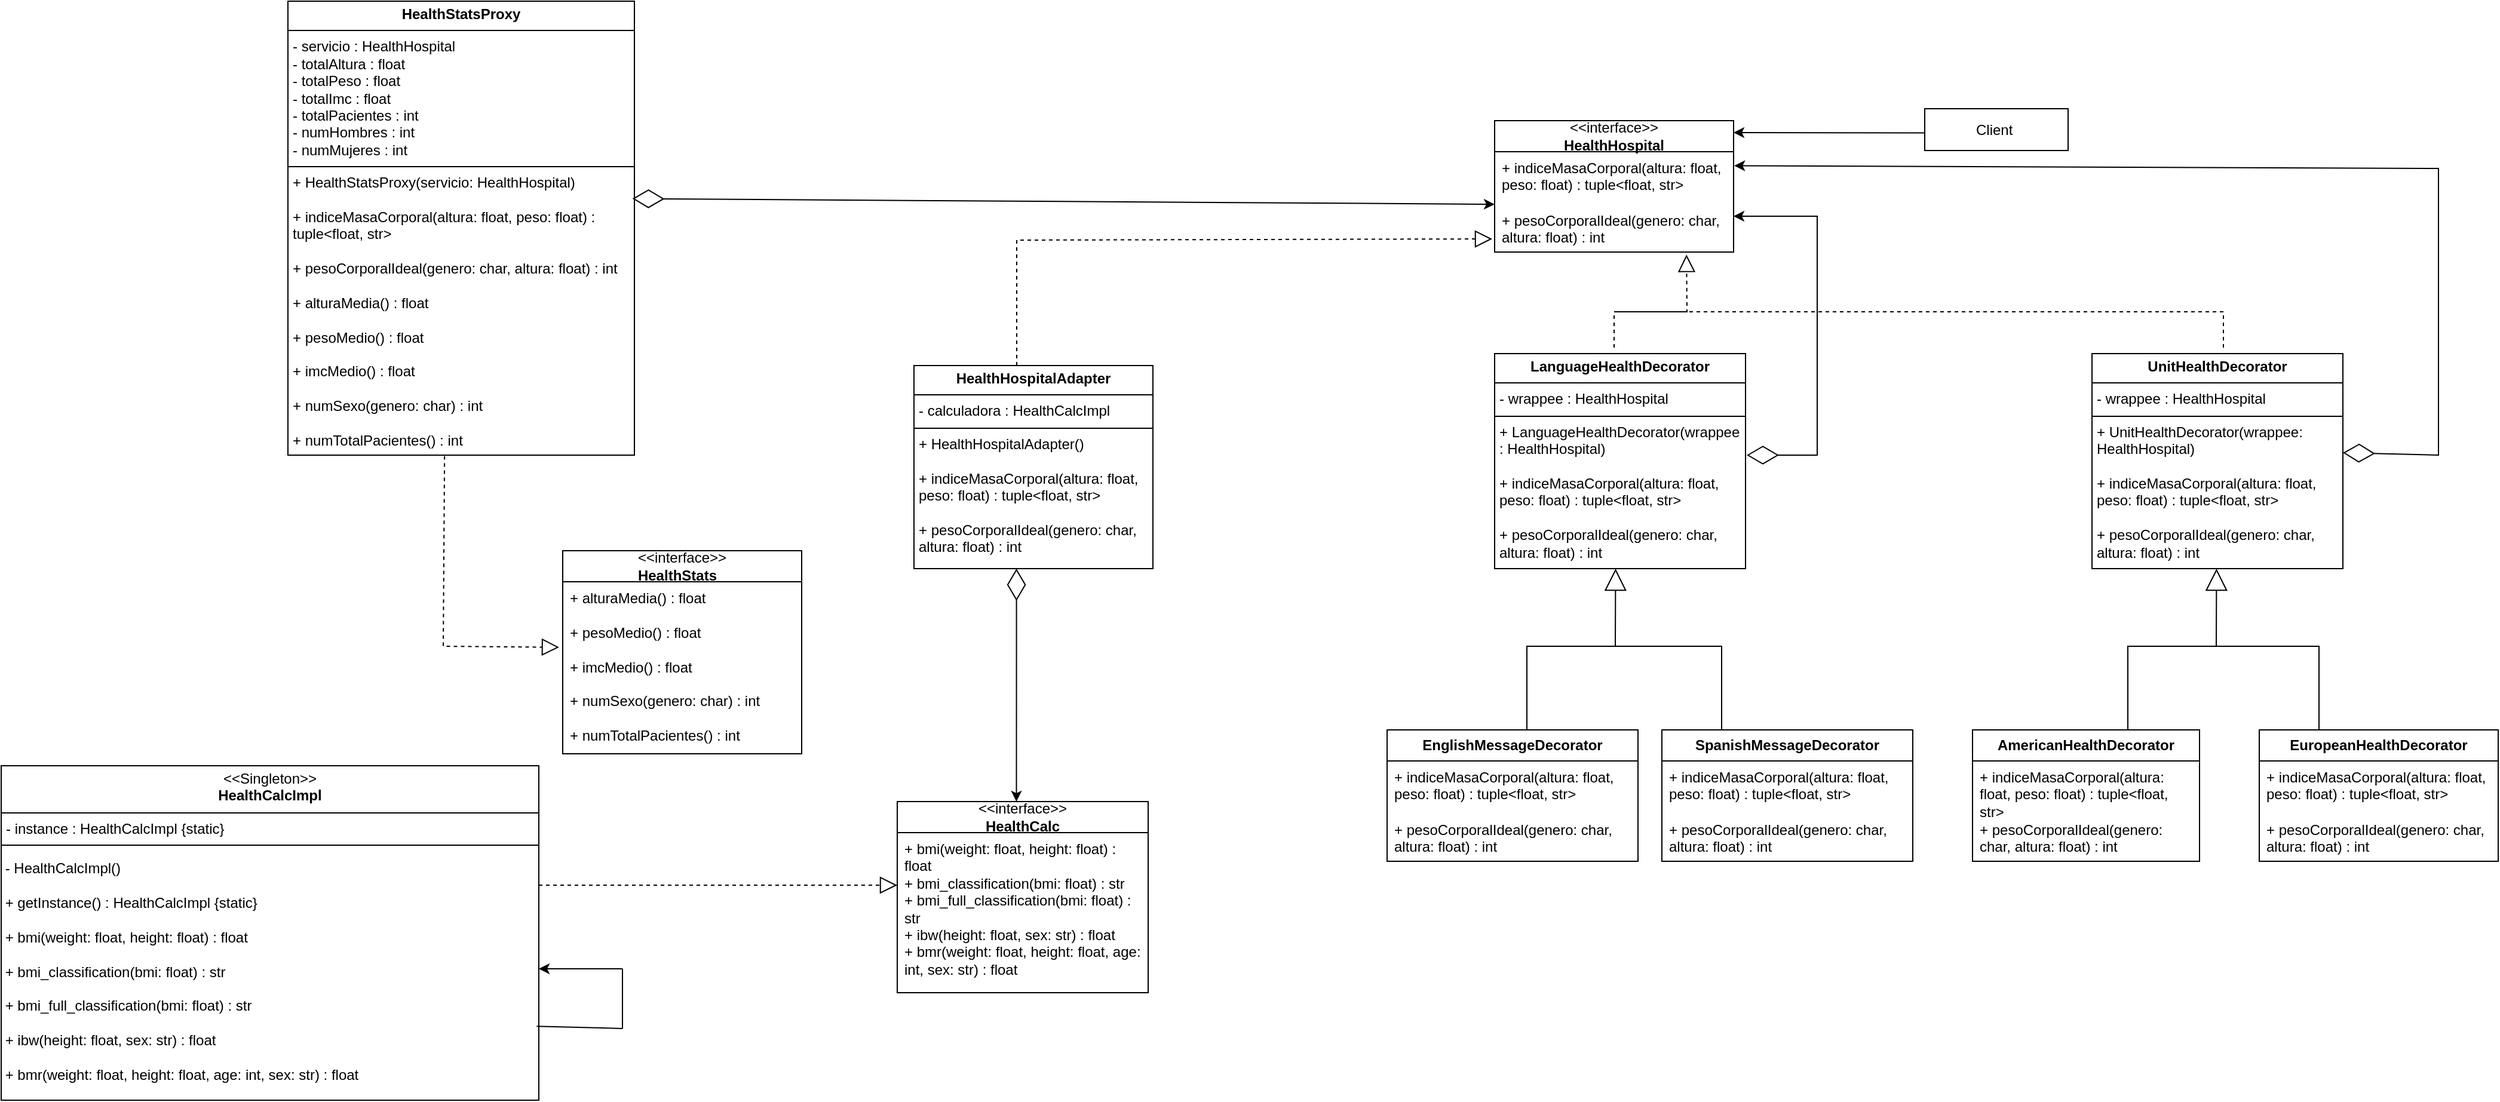
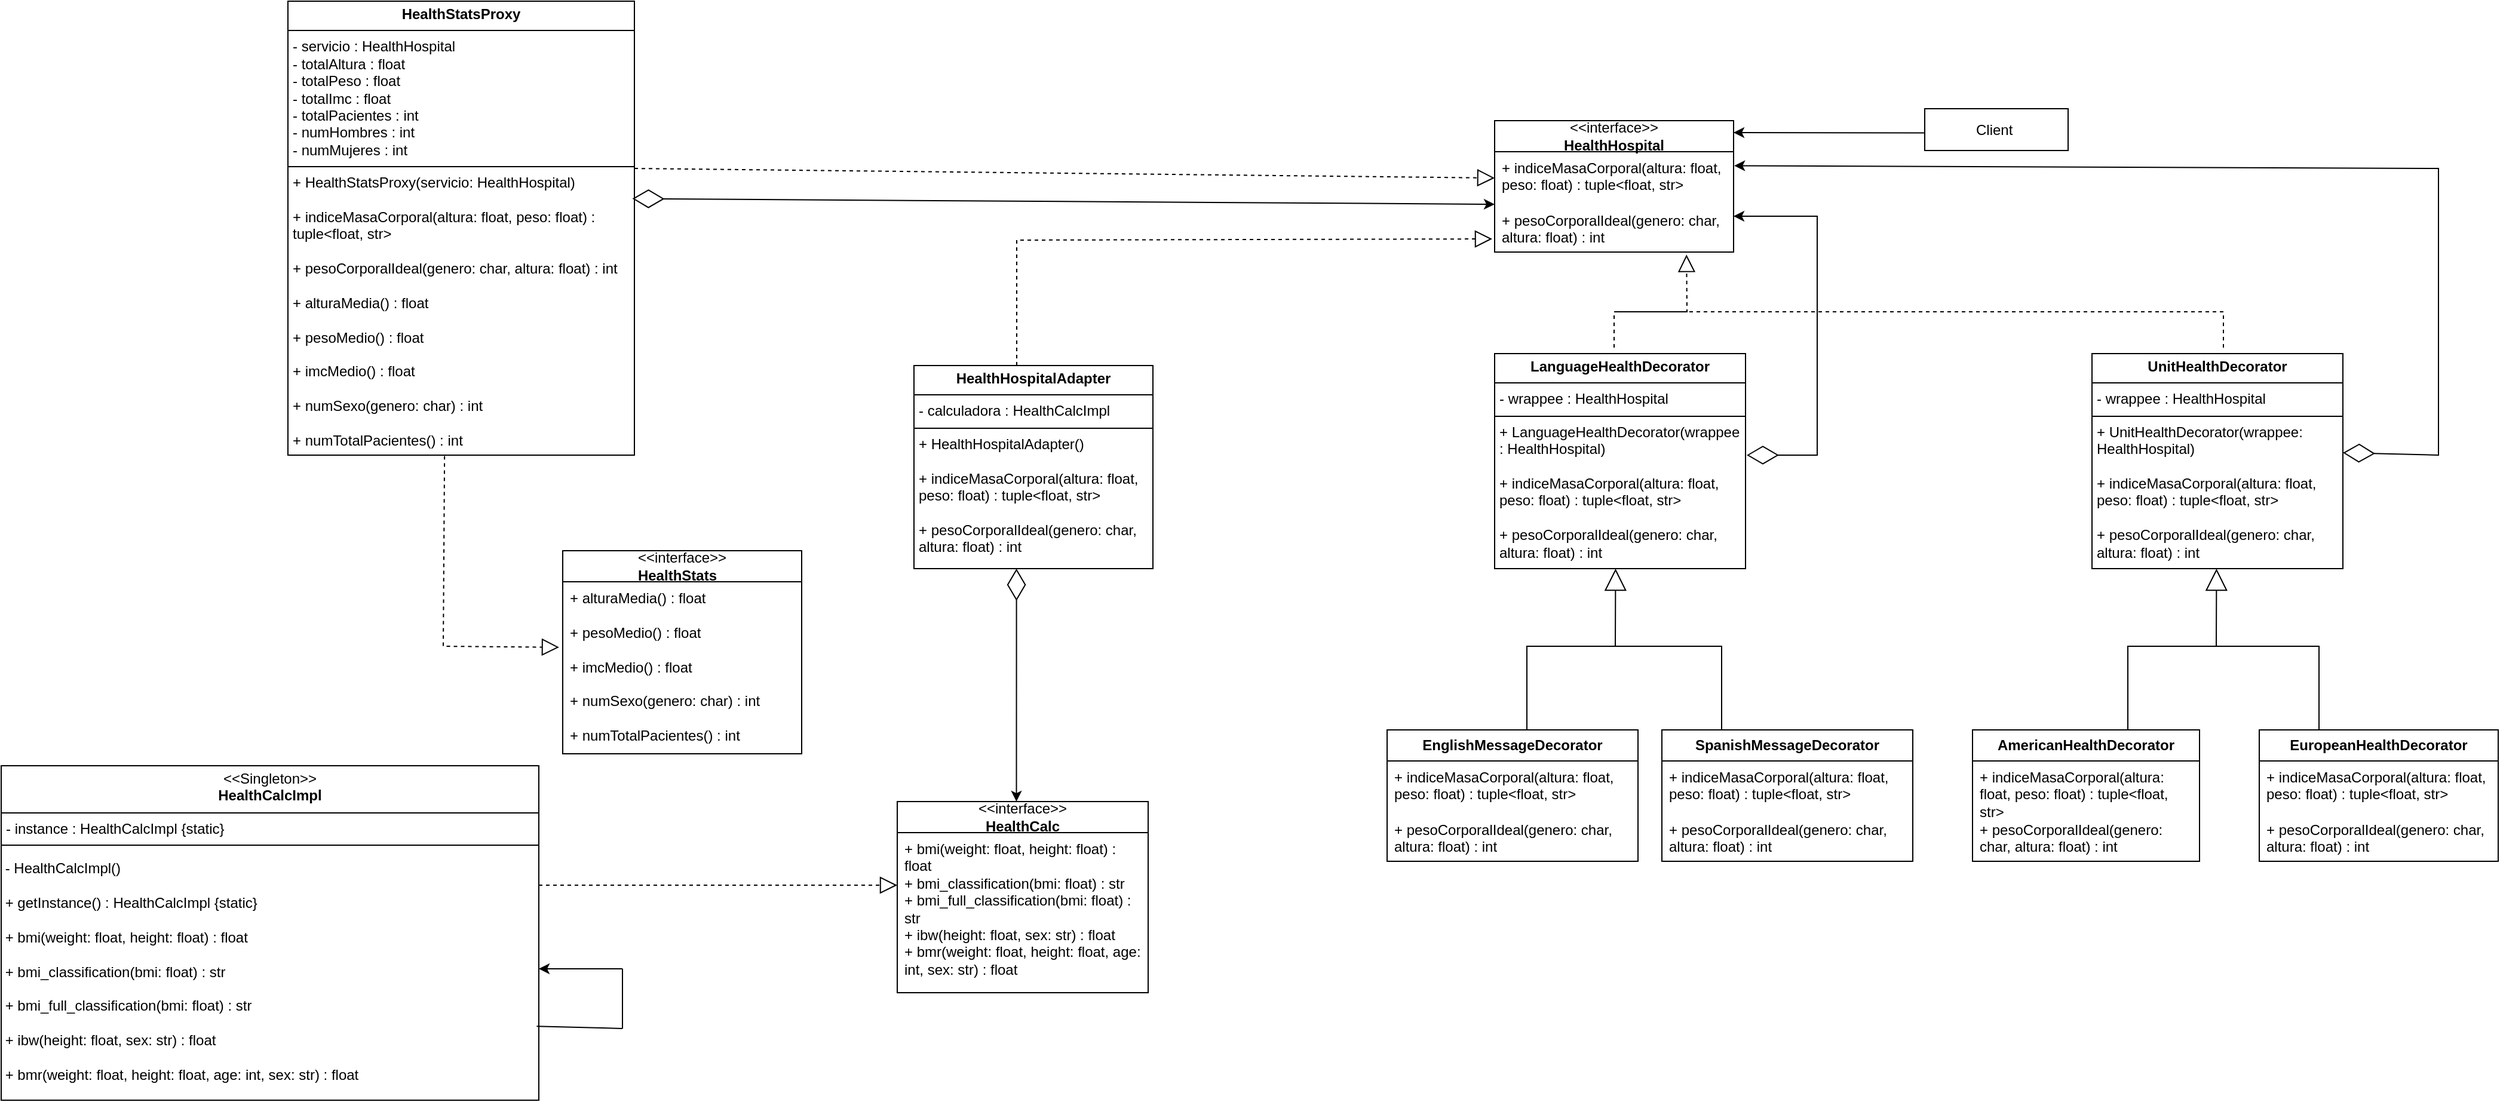
<mxfile host="app.diagrams.net">
  <diagram name="Página-1" id="bMdYPY3LUKhsCFrGHqOR">
    <mxGraphModel grid="1" page="1" gridSize="10" guides="1" tooltips="1" connect="1" arrows="1" fold="1" pageScale="1" pageWidth="827" pageHeight="1169" math="0" shadow="0">
      <root>
        <mxCell id="0" />
        <mxCell id="1" parent="0" />
        <mxCell id="XT7AWHde4lo_yudaHpVB-11" parent="1" style="rounded=0;whiteSpace=wrap;html=1;" value="Client&amp;nbsp;" vertex="1">
          <mxGeometry height="35" width="120" x="1160" y="-90" as="geometry" />
        </mxCell>
        <mxCell id="XT7AWHde4lo_yudaHpVB-12" edge="1" parent="1" style="endArrow=classic;html=1;rounded=0;entryX=0.998;entryY=0.179;entryDx=0;entryDy=0;entryPerimeter=0;" value="">
          <mxGeometry height="50" relative="1" width="50" as="geometry">
            <Array as="points" />
            <mxPoint x="1160.4" y="-69.69" as="sourcePoint" />
            <mxPoint x="999.9999999999999" y="-69.99999999999994" as="targetPoint" />
          </mxGeometry>
        </mxCell>
        <mxCell id="XT7AWHde4lo_yudaHpVB-13" parent="1" style="swimlane;fontStyle=0;childLayout=stackLayout;horizontal=1;startSize=26;fillColor=none;horizontalStack=0;resizeParent=1;resizeParentMax=0;resizeLast=0;collapsible=1;marginBottom=0;whiteSpace=wrap;html=1;" value="&lt;div style=&quot;text-align: left;&quot;&gt;&amp;lt;&amp;lt;interface&amp;gt;&amp;gt;&lt;/div&gt;&lt;div style=&quot;text-align: left;&quot;&gt;&lt;b&gt;HealthStats&lt;/b&gt;&lt;/div&gt;" vertex="1">
          <mxGeometry height="170" width="200" x="20" y="280" as="geometry" />
        </mxCell>
        <mxCell id="XT7AWHde4lo_yudaHpVB-14" parent="XT7AWHde4lo_yudaHpVB-13" style="text;strokeColor=none;fillColor=none;align=left;verticalAlign=top;spacingLeft=4;spacingRight=4;overflow=hidden;rotatable=0;points=[[0,0.5],[1,0.5]];portConstraint=eastwest;whiteSpace=wrap;html=1;" value="&lt;div&gt;&lt;span style=&quot;background-color: transparent; color: light-dark(rgb(0, 0, 0), rgb(255, 255, 255));&quot;&gt;+ alturaMedia() : float&lt;/span&gt;&lt;/div&gt;&lt;div&gt;&lt;span style=&quot;background-color: transparent; color: light-dark(rgb(0, 0, 0), rgb(255, 255, 255));&quot;&gt;&lt;br&gt;&lt;/span&gt;&lt;/div&gt;&lt;div&gt;&lt;span style=&quot;background-color: transparent; color: light-dark(rgb(0, 0, 0), rgb(255, 255, 255));&quot;&gt;+ pesoMedio() : float&lt;/span&gt;&lt;/div&gt;&lt;div&gt;&lt;br&gt;&lt;/div&gt;&lt;div&gt;+ imcMedio() : float&lt;/div&gt;&lt;div&gt;&lt;br&gt;&lt;/div&gt;&lt;div&gt;+ numSexo(genero: char) : int&lt;/div&gt;&lt;div&gt;&lt;br&gt;&lt;/div&gt;&lt;div&gt;+ numTotalPacientes() : int&lt;/div&gt;" vertex="1">
          <mxGeometry height="144" width="200" y="26" as="geometry" />
        </mxCell>
        <mxCell id="XT7AWHde4lo_yudaHpVB-15" parent="1" style="verticalAlign=top;align=left;overflow=fill;html=1;whiteSpace=wrap;" value="&lt;p style=&quot;margin:0px;margin-top:4px;text-align:center;&quot;&gt;&lt;b&gt;HealthStatsProxy&lt;/b&gt;&lt;/p&gt;&lt;hr size=&quot;1&quot; style=&quot;border-style:solid;&quot;&gt;&lt;p style=&quot;margin:0px;margin-left:4px;&quot;&gt;- servicio : HealthHospital&lt;br&gt;- totalAltura : float&lt;br&gt;- totalPeso : float&lt;br&gt;- totalImc : float&lt;br&gt;- totalPacientes : int&lt;br&gt;- numHombres : int&lt;br&gt;- numMujeres : int&lt;/p&gt;&lt;hr size=&quot;1&quot; style=&quot;border-style:solid;&quot;&gt;&lt;p style=&quot;margin:0px;margin-left:4px;&quot;&gt;+ HealthStatsProxy(servicio: HealthHospital)&lt;br&gt;&lt;br&gt;+ indiceMasaCorporal(altura: float, peso: float) : tuple&amp;lt;float, str&amp;gt;&lt;/p&gt;&lt;p style=&quot;margin:0px;margin-left:4px;&quot;&gt;&lt;br&gt;+ pesoCorporalIdeal(genero: char, altura: float) : int&lt;br&gt;&lt;br&gt;&lt;span style=&quot;background-color: transparent; color: light-dark(rgb(0, 0, 0), rgb(255, 255, 255));&quot;&gt;+ alturaMedia() : float&lt;/span&gt;&lt;/p&gt;&lt;p style=&quot;margin:0px;margin-left:4px;&quot;&gt;&lt;br&gt;&lt;/p&gt;&lt;p style=&quot;margin:0px;margin-left:4px;&quot;&gt;+ pesoMedio() : float&lt;br&gt;&lt;br&gt;&lt;/p&gt;&lt;p style=&quot;margin:0px;margin-left:4px;&quot;&gt;+ imcMedio() : float&lt;br&gt;&lt;br&gt;&lt;/p&gt;&lt;p style=&quot;margin:0px;margin-left:4px;&quot;&gt;+ numSexo(genero: char) : int&lt;br&gt;&lt;br&gt;&lt;/p&gt;&lt;p style=&quot;margin:0px;margin-left:4px;&quot;&gt;+ numTotalPacientes() : int&lt;/p&gt;" vertex="1">
          <mxGeometry height="380" width="290" x="-210" y="-180" as="geometry" />
        </mxCell>
        <mxCell id="XT7AWHde4lo_yudaHpVB-16" parent="1" style="swimlane;fontStyle=0;childLayout=stackLayout;horizontal=1;startSize=26;fillColor=none;horizontalStack=0;resizeParent=1;resizeParentMax=0;resizeLast=0;collapsible=1;marginBottom=0;whiteSpace=wrap;html=1;" value="&amp;lt;&amp;lt;interface&amp;gt;&amp;gt;&lt;br&gt;&lt;b&gt;HealthHospital&lt;/b&gt;" vertex="1">
          <mxGeometry height="110" width="200" x="800" y="-80" as="geometry" />
        </mxCell>
        <mxCell id="XT7AWHde4lo_yudaHpVB-17" parent="XT7AWHde4lo_yudaHpVB-16" style="text;strokeColor=none;fillColor=none;align=left;verticalAlign=top;spacingLeft=4;spacingRight=4;overflow=hidden;rotatable=0;points=[[0,0.5],[1,0.5]];portConstraint=eastwest;whiteSpace=wrap;html=1;" value="+ indiceMasaCorporal(altura: float,&lt;br&gt;    peso: float) : tuple&amp;lt;float, str&amp;gt;" vertex="1">
          <mxGeometry height="44" width="200" y="26" as="geometry" />
        </mxCell>
        <mxCell id="XT7AWHde4lo_yudaHpVB-18" parent="XT7AWHde4lo_yudaHpVB-16" style="text;strokeColor=none;fillColor=none;align=left;verticalAlign=top;spacingLeft=4;spacingRight=4;overflow=hidden;rotatable=0;points=[[0,0.5],[1,0.5]];portConstraint=eastwest;whiteSpace=wrap;html=1;" value="+ pesoCorporalIdeal(genero: char,&lt;br&gt;    altura: float) : int" vertex="1">
          <mxGeometry height="40" width="200" y="70" as="geometry" />
        </mxCell>
        <mxCell id="XT7AWHde4lo_yudaHpVB-19" parent="1" style="verticalAlign=top;align=left;overflow=fill;html=1;whiteSpace=wrap;" value="&lt;p style=&quot;margin:0px;margin-top:4px;text-align:center;&quot;&gt;&lt;b&gt;HealthHospitalAdapter&lt;/b&gt;&lt;/p&gt;&lt;hr size=&quot;1&quot; style=&quot;border-style:solid;&quot;&gt;&lt;p style=&quot;margin:0px;margin-left:4px;&quot;&gt;- calculadora : HealthCalcImpl&lt;/p&gt;&lt;hr size=&quot;1&quot; style=&quot;border-style:solid;&quot;&gt;&lt;p style=&quot;margin:0px;margin-left:4px;&quot;&gt;+ HealthHospitalAdapter()&lt;/p&gt;&lt;p style=&quot;margin:0px;margin-left:4px;&quot;&gt;&lt;br&gt;&lt;/p&gt;&lt;p style=&quot;margin:0px;margin-left:4px;&quot;&gt;+ indiceMasaCorporal(altura: float,&lt;br&gt;    peso: float) : tuple&amp;lt;float, str&amp;gt;&lt;br&gt;&lt;br&gt;+ pesoCorporalIdeal(genero: char,&lt;br&gt;    altura: float) : int&lt;/p&gt;" vertex="1">
          <mxGeometry height="170" width="200" x="314" y="125" as="geometry" />
        </mxCell>
        <mxCell id="XT7AWHde4lo_yudaHpVB-26" parent="1" style="verticalAlign=top;align=left;overflow=fill;html=1;whiteSpace=wrap;" value="&lt;p style=&quot;margin:0px;margin-top:4px;text-align:center;&quot;&gt;&lt;span style=&quot;background-color: transparent; color: light-dark(rgb(0, 0, 0), rgb(255, 255, 255)); text-align: left;&quot;&gt;&lt;b&gt;UnitHealthDecorator&lt;/b&gt;&lt;/span&gt;&lt;/p&gt;&lt;hr size=&quot;1&quot; style=&quot;border-style:solid;&quot;&gt;&lt;p style=&quot;margin:0px;margin-left:4px;&quot;&gt;- wrappee : HealthHospital&lt;/p&gt;&lt;hr size=&quot;1&quot; style=&quot;border-style:solid;&quot;&gt;&lt;p style=&quot;margin:0px;margin-left:4px;&quot;&gt;+ UnitHealthDecorator(wrappee: HealthHospital)&lt;br&gt;&lt;br&gt;+ indiceMasaCorporal(altura: float, peso: float) : tuple&amp;lt;float, str&amp;gt;&lt;br&gt;&lt;br&gt;+ pesoCorporalIdeal(genero: char,&lt;br&gt;    altura: float) : int&lt;/p&gt;" vertex="1">
          <mxGeometry height="180" width="210" x="1300" y="115" as="geometry" />
        </mxCell>
        <mxCell id="XT7AWHde4lo_yudaHpVB-27" parent="1" style="verticalAlign=top;align=left;overflow=fill;html=1;whiteSpace=wrap;" value="&lt;p style=&quot;margin:0px;margin-top:4px;text-align:center;&quot;&gt;&lt;b&gt;LanguageHealthDecorator&lt;/b&gt;&lt;/p&gt;&lt;hr size=&quot;1&quot; style=&quot;border-style:solid;&quot;&gt;&lt;p style=&quot;margin:0px;margin-left:4px;&quot;&gt;- wrappee : HealthHospital&lt;/p&gt;&lt;hr size=&quot;1&quot; style=&quot;border-style:solid;&quot;&gt;&lt;p style=&quot;margin:0px;margin-left:4px;&quot;&gt;+ LanguageHealthDecorator(wrappee : HealthHospital)&lt;br&gt;&lt;br&gt;+ indiceMasaCorporal(altura: float, peso: float) : tuple&amp;lt;float, str&amp;gt;&lt;br&gt;&lt;br&gt;+ pesoCorporalIdeal(genero: char, altura: float) : int&lt;/p&gt;" vertex="1">
          <mxGeometry height="180" width="210" x="800" y="115" as="geometry" />
        </mxCell>
        <mxCell id="XT7AWHde4lo_yudaHpVB-28" parent="1" style="swimlane;fontStyle=0;childLayout=stackLayout;horizontal=1;startSize=26;fillColor=none;horizontalStack=0;resizeParent=1;resizeParentMax=0;resizeLast=0;collapsible=1;marginBottom=0;whiteSpace=wrap;html=1;" value="&lt;b&gt;EuropeanHealthDecorator&lt;/b&gt;" vertex="1">
          <mxGeometry height="110" width="200" x="1440" y="430" as="geometry" />
        </mxCell>
        <mxCell id="XT7AWHde4lo_yudaHpVB-29" parent="XT7AWHde4lo_yudaHpVB-28" style="text;strokeColor=none;fillColor=none;align=left;verticalAlign=top;spacingLeft=4;spacingRight=4;overflow=hidden;rotatable=0;points=[[0,0.5],[1,0.5]];portConstraint=eastwest;whiteSpace=wrap;html=1;" value="+ indiceMasaCorporal(altura: float, peso: float) : tuple&amp;lt;float, str&amp;gt;" vertex="1">
          <mxGeometry height="44" width="200" y="26" as="geometry" />
        </mxCell>
        <mxCell id="XT7AWHde4lo_yudaHpVB-30" parent="XT7AWHde4lo_yudaHpVB-28" style="text;strokeColor=none;fillColor=none;align=left;verticalAlign=top;spacingLeft=4;spacingRight=4;overflow=hidden;rotatable=0;points=[[0,0.5],[1,0.5]];portConstraint=eastwest;whiteSpace=wrap;html=1;" value="+ pesoCorporalIdeal(genero: char, altura: float) : int" vertex="1">
          <mxGeometry height="40" width="200" y="70" as="geometry" />
        </mxCell>
        <mxCell id="XT7AWHde4lo_yudaHpVB-31" parent="1" style="swimlane;fontStyle=0;childLayout=stackLayout;horizontal=1;startSize=26;fillColor=none;horizontalStack=0;resizeParent=1;resizeParentMax=0;resizeLast=0;collapsible=1;marginBottom=0;whiteSpace=wrap;html=1;" value="&lt;b&gt;AmericanHealthDecorator&lt;/b&gt;" vertex="1">
          <mxGeometry height="110" width="190" x="1200" y="430" as="geometry" />
        </mxCell>
        <mxCell id="XT7AWHde4lo_yudaHpVB-32" parent="XT7AWHde4lo_yudaHpVB-31" style="text;strokeColor=none;fillColor=none;align=left;verticalAlign=top;spacingLeft=4;spacingRight=4;overflow=hidden;rotatable=0;points=[[0,0.5],[1,0.5]];portConstraint=eastwest;whiteSpace=wrap;html=1;" value="+ indiceMasaCorporal(altura: float, peso: float) : tuple&amp;lt;float, str&amp;gt;" vertex="1">
          <mxGeometry height="44" width="190" y="26" as="geometry" />
        </mxCell>
        <mxCell id="XT7AWHde4lo_yudaHpVB-33" parent="XT7AWHde4lo_yudaHpVB-31" style="text;strokeColor=none;fillColor=none;align=left;verticalAlign=top;spacingLeft=4;spacingRight=4;overflow=hidden;rotatable=0;points=[[0,0.5],[1,0.5]];portConstraint=eastwest;whiteSpace=wrap;html=1;" value="+ pesoCorporalIdeal(genero: char, altura: float) : int" vertex="1">
          <mxGeometry height="40" width="190" y="70" as="geometry" />
        </mxCell>
        <mxCell id="XT7AWHde4lo_yudaHpVB-35" parent="1" style="swimlane;fontStyle=0;childLayout=stackLayout;horizontal=1;startSize=26;fillColor=none;horizontalStack=0;resizeParent=1;resizeParentMax=0;resizeLast=0;collapsible=1;marginBottom=0;whiteSpace=wrap;html=1;" value="&lt;b&gt;SpanishMessageDecorator&lt;/b&gt;" vertex="1">
          <mxGeometry height="110" width="210" x="940" y="430" as="geometry" />
        </mxCell>
        <mxCell id="XT7AWHde4lo_yudaHpVB-36" parent="XT7AWHde4lo_yudaHpVB-35" style="text;strokeColor=none;fillColor=none;align=left;verticalAlign=top;spacingLeft=4;spacingRight=4;overflow=hidden;rotatable=0;points=[[0,0.5],[1,0.5]];portConstraint=eastwest;whiteSpace=wrap;html=1;" value="+ indiceMasaCorporal(altura: float, peso: float) : tuple&amp;lt;float, str&amp;gt;" vertex="1">
          <mxGeometry height="44" width="210" y="26" as="geometry" />
        </mxCell>
        <mxCell id="XT7AWHde4lo_yudaHpVB-37" parent="XT7AWHde4lo_yudaHpVB-35" style="text;strokeColor=none;fillColor=none;align=left;verticalAlign=top;spacingLeft=4;spacingRight=4;overflow=hidden;rotatable=0;points=[[0,0.5],[1,0.5]];portConstraint=eastwest;whiteSpace=wrap;html=1;" value="+ pesoCorporalIdeal(genero: char, altura: float) : int" vertex="1">
          <mxGeometry height="40" width="210" y="70" as="geometry" />
        </mxCell>
        <mxCell id="XT7AWHde4lo_yudaHpVB-38" parent="1" style="swimlane;fontStyle=0;childLayout=stackLayout;horizontal=1;startSize=26;fillColor=none;horizontalStack=0;resizeParent=1;resizeParentMax=0;resizeLast=0;collapsible=1;marginBottom=0;whiteSpace=wrap;html=1;" value="&lt;b&gt;EnglishMessageDecorator&lt;/b&gt;" vertex="1">
          <mxGeometry height="110" width="210" x="710" y="430" as="geometry" />
        </mxCell>
        <mxCell id="XT7AWHde4lo_yudaHpVB-39" parent="XT7AWHde4lo_yudaHpVB-38" style="text;strokeColor=none;fillColor=none;align=left;verticalAlign=top;spacingLeft=4;spacingRight=4;overflow=hidden;rotatable=0;points=[[0,0.5],[1,0.5]];portConstraint=eastwest;whiteSpace=wrap;html=1;" value="+ indiceMasaCorporal(altura: float, peso: float) : tuple&amp;lt;float, str&amp;gt;" vertex="1">
          <mxGeometry height="44" width="210" y="26" as="geometry" />
        </mxCell>
        <mxCell id="XT7AWHde4lo_yudaHpVB-40" parent="XT7AWHde4lo_yudaHpVB-38" style="text;strokeColor=none;fillColor=none;align=left;verticalAlign=top;spacingLeft=4;spacingRight=4;overflow=hidden;rotatable=0;points=[[0,0.5],[1,0.5]];portConstraint=eastwest;whiteSpace=wrap;html=1;" value="+ pesoCorporalIdeal(genero: char, altura: float) : int" vertex="1">
          <mxGeometry height="40" width="210" y="70" as="geometry" />
        </mxCell>
        <mxCell id="d5b8sCbd43q_vsjgS2ag-1" edge="1" parent="1" source="XT7AWHde4lo_yudaHpVB-15" style="endArrow=block;dashed=1;endFill=0;endSize=12;html=1;rounded=0;exitX=0.452;exitY=1.002;exitDx=0;exitDy=0;exitPerimeter=0;entryX=-0.015;entryY=0.381;entryDx=0;entryDy=0;entryPerimeter=0;" target="XT7AWHde4lo_yudaHpVB-14" value="">
          <mxGeometry relative="1" width="160" as="geometry">
            <Array as="points">
              <mxPoint x="-80" y="360" />
            </Array>
            <mxPoint x="20" y="360" as="sourcePoint" />
            <mxPoint x="-110" y="410" as="targetPoint" />
          </mxGeometry>
        </mxCell>
        <mxCell id="XT7AWHde4lo_yudaHpVB-42" edge="1" parent="1" style="endArrow=block;dashed=1;endFill=0;endSize=12;html=1;rounded=0;entryX=0.803;entryY=1.054;entryDx=0;entryDy=0;entryPerimeter=0;" target="XT7AWHde4lo_yudaHpVB-18" value="">
          <mxGeometry relative="1" width="160" as="geometry">
            <Array as="points">
              <mxPoint x="900" y="80" />
              <mxPoint x="961" y="80" />
            </Array>
            <mxPoint x="900" y="110" as="sourcePoint" />
            <mxPoint x="786" y="160" as="targetPoint" />
          </mxGeometry>
        </mxCell>
        <mxCell id="LYY0wmHxA0E9yQ18Ad8c-3" edge="1" parent="1" style="endArrow=none;dashed=1;html=1;rounded=0;" value="">
          <mxGeometry height="50" relative="1" width="50" as="geometry">
            <Array as="points">
              <mxPoint x="1410" y="80" />
            </Array>
            <mxPoint x="1410" y="110" as="sourcePoint" />
            <mxPoint x="900" y="80" as="targetPoint" />
          </mxGeometry>
        </mxCell>
        <mxCell id="LYY0wmHxA0E9yQ18Ad8c-5" edge="1" parent="1" style="endArrow=block;dashed=1;endFill=0;endSize=12;html=1;rounded=0;entryX=-0.01;entryY=0.725;entryDx=0;entryDy=0;entryPerimeter=0;" target="XT7AWHde4lo_yudaHpVB-18" value="">
          <mxGeometry relative="1" width="160" as="geometry">
            <Array as="points">
              <mxPoint x="400" y="80" />
              <mxPoint x="400" y="20" />
            </Array>
            <mxPoint x="400" y="125" as="sourcePoint" />
            <mxPoint x="870" y="30" as="targetPoint" />
          </mxGeometry>
        </mxCell>
        <mxCell id="LYY0wmHxA0E9yQ18Ad8c-10" edge="1" parent="1" style="endArrow=diamondThin;endFill=0;endSize=24;html=1;rounded=0;startArrow=classic;startFill=1;" value="">
          <mxGeometry relative="1" width="160" as="geometry">
            <Array as="points">
              <mxPoint x="1070" />
              <mxPoint x="1070" y="200" />
            </Array>
            <mxPoint x="1000" as="sourcePoint" />
            <mxPoint x="1011" y="200" as="targetPoint" />
          </mxGeometry>
        </mxCell>
        <mxCell id="LYY0wmHxA0E9yQ18Ad8c-11" edge="1" parent="1" source="XT7AWHde4lo_yudaHpVB-17" style="endArrow=diamondThin;endFill=0;endSize=24;html=1;rounded=0;startArrow=classic;startFill=1;exitX=1.003;exitY=0.266;exitDx=0;exitDy=0;exitPerimeter=0;" value="">
          <mxGeometry relative="1" width="160" as="geometry">
            <Array as="points">
              <mxPoint x="1590" y="-40" />
              <mxPoint x="1590" y="200" />
            </Array>
            <mxPoint x="1508" y="195" as="sourcePoint" />
            <mxPoint x="1510" y="198" as="targetPoint" />
          </mxGeometry>
        </mxCell>
        <mxCell id="uZWBsCebtrN0s6Na_7Iu-3" edge="1" parent="1" style="endArrow=block;endSize=16;endFill=0;html=1;rounded=0;" value="">
          <mxGeometry relative="1" width="160" as="geometry">
            <Array as="points">
              <mxPoint x="827" y="360" />
              <mxPoint x="901" y="360" />
            </Array>
            <mxPoint x="827" y="430" as="sourcePoint" />
            <mxPoint x="901.23" y="295" as="targetPoint" />
          </mxGeometry>
        </mxCell>
        <mxCell id="uZWBsCebtrN0s6Na_7Iu-4" edge="1" parent="1" style="endArrow=none;html=1;rounded=0;" value="">
          <mxGeometry height="50" relative="1" width="50" as="geometry">
            <Array as="points">
              <mxPoint x="990" y="360" />
            </Array>
            <mxPoint x="900" y="360" as="sourcePoint" />
            <mxPoint x="990" y="430" as="targetPoint" />
          </mxGeometry>
        </mxCell>
        <mxCell id="uZWBsCebtrN0s6Na_7Iu-5" edge="1" parent="1" style="endArrow=block;endSize=16;endFill=0;html=1;rounded=0;" value="">
          <mxGeometry relative="1" width="160" as="geometry">
            <Array as="points">
              <mxPoint x="1330" y="360" />
              <mxPoint x="1404" y="360" />
            </Array>
            <mxPoint x="1330" y="430" as="sourcePoint" />
            <mxPoint x="1404.23" y="295" as="targetPoint" />
          </mxGeometry>
        </mxCell>
        <mxCell id="uZWBsCebtrN0s6Na_7Iu-6" edge="1" parent="1" style="endArrow=none;html=1;rounded=0;" value="">
          <mxGeometry height="50" relative="1" width="50" as="geometry">
            <Array as="points">
              <mxPoint x="1490" y="360" />
            </Array>
            <mxPoint x="1400" y="360" as="sourcePoint" />
            <mxPoint x="1490" y="430" as="targetPoint" />
          </mxGeometry>
        </mxCell>
        <mxCell id="uZWBsCebtrN0s6Na_7Iu-7" parent="1" style="swimlane;fontStyle=0;childLayout=stackLayout;horizontal=1;startSize=26;fillColor=none;horizontalStack=0;resizeParent=1;resizeParentMax=0;resizeLast=0;collapsible=1;marginBottom=0;whiteSpace=wrap;html=1;" value="&amp;lt;&amp;lt;interface&amp;gt;&amp;gt;&lt;br&gt;&lt;b&gt;HealthCalc&lt;/b&gt;" vertex="1">
          <mxGeometry height="160" width="210" x="300" y="490" as="geometry" />
        </mxCell>
        <mxCell id="uZWBsCebtrN0s6Na_7Iu-8" parent="uZWBsCebtrN0s6Na_7Iu-7" style="text;strokeColor=none;fillColor=none;align=left;verticalAlign=top;spacingLeft=4;spacingRight=4;overflow=hidden;rotatable=0;points=[[0,0.5],[1,0.5]];portConstraint=eastwest;whiteSpace=wrap;html=1;" value="+ bmi(weight: float, height: float) : float&lt;br&gt;+ bmi_classification(bmi: float) : str&lt;br&gt;+ bmi_full_classification(bmi: float) : str&lt;br&gt;+ ibw(height: float, sex: str) : float&lt;br&gt;+ bmr(weight: float, height: float, age: int, sex: str) : float" vertex="1">
          <mxGeometry height="134" width="210" y="26" as="geometry" />
        </mxCell>
        <mxCell id="uZWBsCebtrN0s6Na_7Iu-11" edge="1" parent="1" source="uZWBsCebtrN0s6Na_7Iu-13" style="endArrow=block;dashed=1;endFill=0;endSize=12;html=1;rounded=0;exitX=1;exitY=0.357;exitDx=0;exitDy=0;exitPerimeter=0;" value="">
          <mxGeometry relative="1" width="160" as="geometry">
            <Array as="points" />
            <mxPoint x="270" y="620.3999999999996" as="sourcePoint" />
            <mxPoint x="300" y="560" as="targetPoint" />
          </mxGeometry>
        </mxCell>
        <mxCell id="uZWBsCebtrN0s6Na_7Iu-13" parent="1" style="verticalAlign=top;align=left;overflow=fill;html=1;whiteSpace=wrap;" value="&lt;p style=&quot;margin:0px;margin-top:4px;text-align:center;&quot;&gt;&amp;lt;&amp;lt;Singleton&amp;gt;&amp;gt;&lt;br&gt;&lt;b&gt;HealthCalcImpl&lt;/b&gt;&lt;/p&gt;&lt;hr size=&quot;1&quot; style=&quot;border-style:solid;&quot;&gt;&lt;p style=&quot;margin:0px;margin-left:4px;&quot;&gt;&lt;span style=&quot;text-align: center;&quot;&gt;- instance : HealthCalcImpl {static}&lt;/span&gt;&lt;/p&gt;&lt;hr size=&quot;1&quot; style=&quot;border-style:solid;&quot;&gt;&lt;pre class=&quot;overflow-visible! px-0!&quot; data-start=&quot;1492&quot; data-end=&quot;1966&quot;&gt;&lt;div class=&quot;relative w-full mt-4 mb-1&quot;&gt;&lt;div class=&quot;&quot;&gt;&lt;div class=&quot;relative&quot;&gt;&lt;div class=&quot;h-full min-h-0 min-w-0&quot;&gt;&lt;div class=&quot;h-full min-h-0 min-w-0&quot;&gt;&lt;div class=&quot;border border-token-border-light border-radius-3xl corner-superellipse/1.1 rounded-3xl&quot;&gt;&lt;div class=&quot;h-full w-full border-radius-3xl bg-token-bg-elevated-secondary corner-superellipse/1.1 overflow-clip rounded-3xl lxnfua_clipPathFallback&quot;&gt;&lt;div class=&quot;relative&quot;&gt;&lt;div class=&quot;pe-11 pt-3&quot;&gt;&lt;div class=&quot;relative z-0 flex max-w-full&quot;&gt;&lt;div id=&quot;code-block-viewer&quot; dir=&quot;ltr&quot; class=&quot;q9tKkq_viewer cm-editor z-10 light:cm-light dark:cm-light flex h-full w-full flex-col items-stretch ͼd ͼr&quot;&gt;&lt;div class=&quot;cm-scroller&quot;&gt;&lt;pre class=&quot;cm-content q9tKkq_readonly m-0&quot;&gt;&lt;code&gt;&lt;font face=&quot;Helvetica&quot;&gt; - HealthCalcImpl()&lt;br&gt;&lt;br&gt; + getInstance() : HealthCalcImpl {static}&lt;br&gt;&lt;br&gt; + bmi(weight: float, height: float) : float&lt;br&gt;&lt;br&gt; + bmi_classification(bmi: float) : str&lt;br&gt;&lt;br&gt; + bmi_full_classification(bmi: float) : str&lt;br&gt;&lt;br&gt; + ibw(height: float, sex: str) : float&lt;br&gt;&lt;br&gt; + bmr(weight: float, height: float, age: int, sex: str) : float&lt;/font&gt;&lt;/code&gt;&lt;/pre&gt;&lt;/div&gt;&lt;/div&gt;&lt;/div&gt;&lt;/div&gt;&lt;/div&gt;&lt;/div&gt;&lt;/div&gt;&lt;/div&gt;&lt;/div&gt;&lt;div class=&quot;&quot;&gt;&lt;div class=&quot;&quot;&gt;&lt;/div&gt;&lt;/div&gt;&lt;/div&gt;&lt;/div&gt;&lt;/div&gt;&lt;/pre&gt;" vertex="1">
          <mxGeometry height="280" width="450" x="-450" y="460" as="geometry" />
        </mxCell>
        <mxCell id="_ID2P098Cn1vcp8qt4P9-1" edge="1" parent="1" style="endArrow=classic;html=1;rounded=0;" value="">
          <mxGeometry height="50" relative="1" width="50" as="geometry">
            <mxPoint x="70" y="630" as="sourcePoint" />
            <mxPoint y="630" as="targetPoint" />
          </mxGeometry>
        </mxCell>
        <mxCell id="_ID2P098Cn1vcp8qt4P9-2" edge="1" parent="1" source="uZWBsCebtrN0s6Na_7Iu-13" style="endArrow=none;html=1;rounded=0;exitX=0.996;exitY=0.779;exitDx=0;exitDy=0;exitPerimeter=0;" value="">
          <mxGeometry height="50" relative="1" width="50" as="geometry">
            <mxPoint x="30" y="680" as="sourcePoint" />
            <mxPoint x="70" y="680" as="targetPoint" />
          </mxGeometry>
        </mxCell>
        <mxCell id="_ID2P098Cn1vcp8qt4P9-3" edge="1" parent="1" style="endArrow=none;html=1;rounded=0;" value="">
          <mxGeometry height="50" relative="1" width="50" as="geometry">
            <mxPoint x="70" y="680" as="sourcePoint" />
            <mxPoint x="70" y="630" as="targetPoint" />
          </mxGeometry>
        </mxCell>
        <mxCell id="R7m4GHyCKj4Xoy1sFxNT-1" edge="1" parent="1" source="uZWBsCebtrN0s6Na_7Iu-7" style="endArrow=diamondThin;endFill=0;endSize=24;html=1;rounded=0;startArrow=classic;startFill=1;exitX=0.475;exitY=0;exitDx=0;exitDy=0;exitPerimeter=0;" value="">
          <mxGeometry relative="1" width="160" as="geometry">
            <Array as="points">
              <mxPoint x="399.79" y="355" />
              <mxPoint x="399.79" y="395" />
            </Array>
            <mxPoint x="399.79" y="445" as="sourcePoint" />
            <mxPoint x="399.79" y="295" as="targetPoint" />
          </mxGeometry>
        </mxCell>
        <mxCell id="R7m4GHyCKj4Xoy1sFxNT-3" edge="1" parent="1" source="XT7AWHde4lo_yudaHpVB-18" style="endArrow=diamondThin;endFill=0;endSize=24;html=1;rounded=0;startArrow=classic;startFill=1;exitX=0;exitY=0;exitDx=0;exitDy=0;exitPerimeter=0;entryX=0.994;entryY=0.435;entryDx=0;entryDy=0;entryPerimeter=0;" target="XT7AWHde4lo_yudaHpVB-15" value="">
          <mxGeometry relative="1" width="160" as="geometry">
            <Array as="points" />
            <mxPoint x="470" y="-10" as="sourcePoint" />
            <mxPoint x="130" y="-10" as="targetPoint" />
          </mxGeometry>
        </mxCell>
+         <mxCell id="_oa28xfJK5Emys76N3YQ-1" edge="1" parent="1" style="endArrow=block;dashed=1;endFill=0;endSize=12;html=1;rounded=0;exitX=1;exitY=0.357;exitDx=0;exitDy=0;exitPerimeter=0;entryX=0;entryY=0.5;entryDx=0;entryDy=0;" target="XT7AWHde4lo_yudaHpVB-17" value="">
+           <mxGeometry relative="1" width="160" as="geometry">
+             <Array as="points" />
+             <mxPoint x="80" y="-40" as="sourcePoint" />
+             <mxPoint x="380" y="-40" as="targetPoint" />
+           </mxGeometry>
+         </mxCell>
      </root>
    </mxGraphModel>
  </diagram>
</mxfile>
